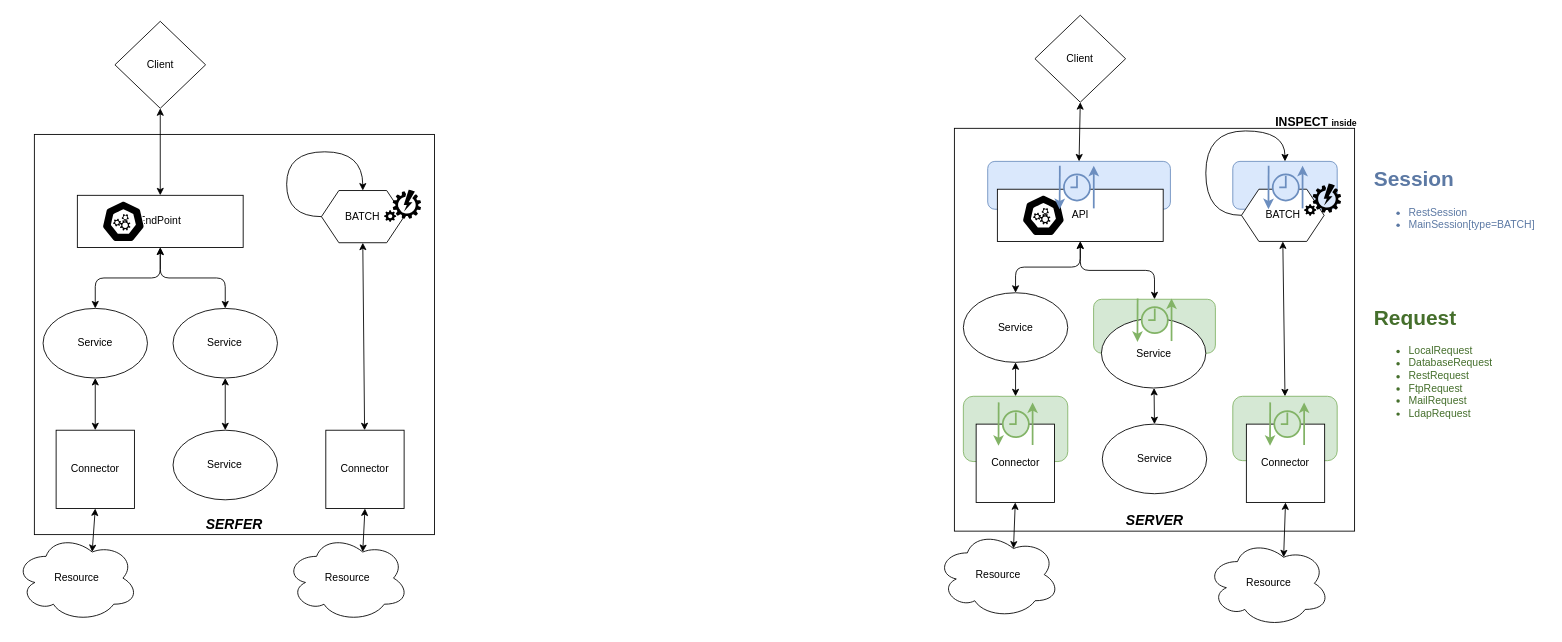
oneteme/inspect-core keeps this draw.io diagram as page "collector-1" (1 of 5) of doc/diagram/Diagramme sans nom.drawio. Above is the earlier version. Source tidied: cells renumbered, new cells numbered last; positions are measured from the earlier drawing's top-left corner, leaving out a move shared by most shapes. Both pictures are drawn from the tidied source at 87%, with x=0, y=0 at pixel (15, 15).
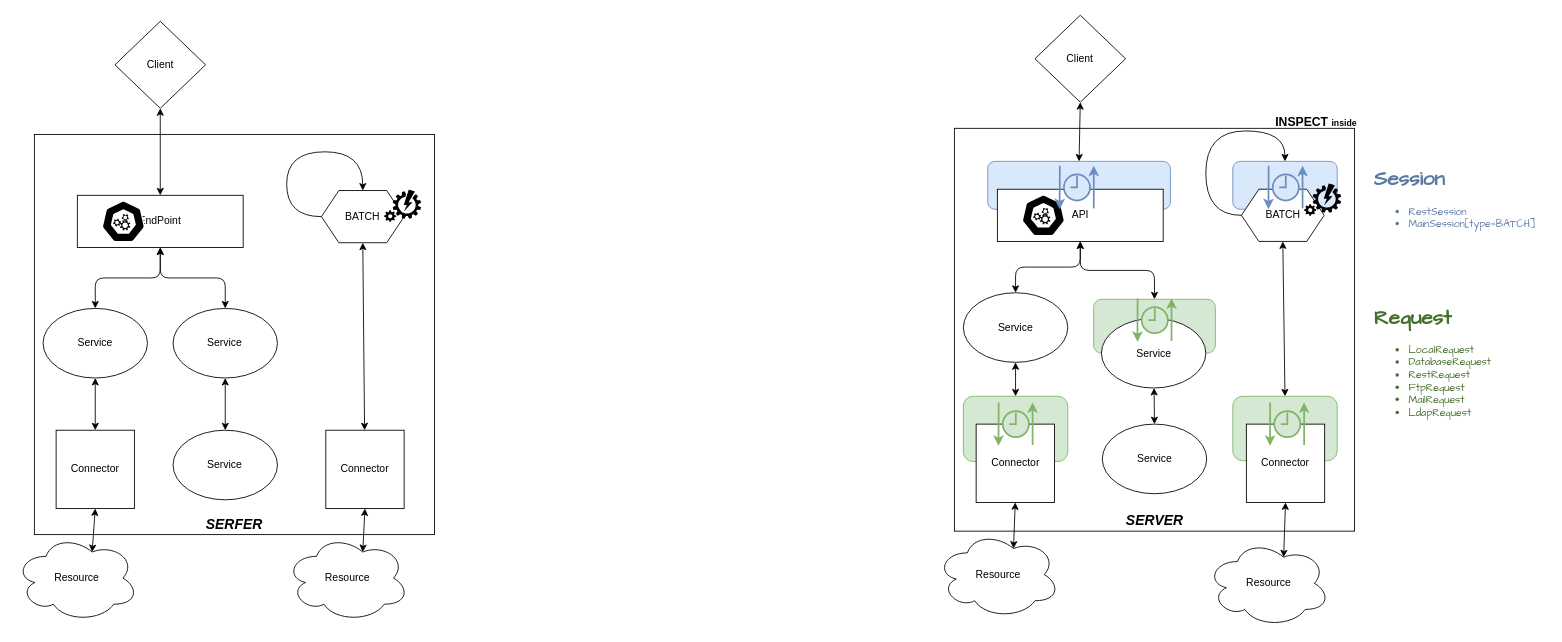
The same diagram, later.

What changed in the source:
```diff
@@
-    <mxCell id="51" value="&lt;h1 style=&quot;margin-top: 0px;&quot;&gt;Session&lt;/h1&gt;&lt;p&gt;&lt;/p&gt;&lt;ul&gt;&lt;li&gt;RestSession&lt;/li&gt;&lt;li&gt;MainSession[type=BATCH]&lt;/li&gt;&lt;/ul&gt;&lt;p&gt;&lt;/p&gt;" style="text;html=1;whiteSpace=wrap;overflow=hidden;rounded=0;fontColor=#5c79a4;" parent="1" vertex="1">
+    <mxCell id="51" value="&lt;h1 style=&quot;margin-top: 0px;&quot;&gt;Session&lt;/h1&gt;&lt;p&gt;&lt;/p&gt;&lt;ul&gt;&lt;li&gt;RestSession&lt;/li&gt;&lt;li&gt;MainSession[type=BATCH]&lt;/li&gt;&lt;/ul&gt;&lt;p&gt;&lt;/p&gt;" style="text;html=1;whiteSpace=wrap;overflow=hidden;rounded=0;fontColor=#5c79a4;fontFamily=Architects Daughter;" parent="1" vertex="1">
       <mxGeometry x="1559.7" y="168" width="196" height="120" as="geometry" />
     </mxCell>
-    <mxCell id="52" value="&lt;h1 style=&quot;margin-top: 0px;&quot;&gt;Request&lt;/h1&gt;&lt;div&gt;&lt;ul&gt;&lt;li&gt;LocalRequest&lt;/li&gt;&lt;li&gt;DatabaseRequest&lt;/li&gt;&lt;li&gt;RestRequest&lt;/li&gt;&lt;li&gt;FtpRequest&lt;/li&gt;&lt;li&gt;MailRequest&lt;/li&gt;&lt;li&gt;LdapRequest&lt;/li&gt;&lt;/ul&gt;&lt;/div&gt;&lt;div&gt;&lt;br&gt;&lt;/div&gt;" style="text;html=1;whiteSpace=wrap;overflow=hidden;rounded=0;fontColor=#456F2C;" parent="1" vertex="1">
+    <mxCell id="52" value="&lt;h1 style=&quot;margin-top: 0px;&quot;&gt;Request&lt;/h1&gt;&lt;div&gt;&lt;ul&gt;&lt;li&gt;LocalRequest&lt;/li&gt;&lt;li&gt;DatabaseRequest&lt;/li&gt;&lt;li&gt;RestRequest&lt;/li&gt;&lt;li&gt;FtpRequest&lt;/li&gt;&lt;li&gt;MailRequest&lt;/li&gt;&lt;li&gt;LdapRequest&lt;/li&gt;&lt;/ul&gt;&lt;/div&gt;&lt;div&gt;&lt;br&gt;&lt;/div&gt;" style="text;html=1;whiteSpace=wrap;overflow=hidden;rounded=0;fontColor=#456F2C;fontFamily=Architects Daughter;" parent="1" vertex="1">
       <mxGeometry x="1559.7" y="326.5" width="200" height="164" as="geometry" />
     </mxCell>
```
